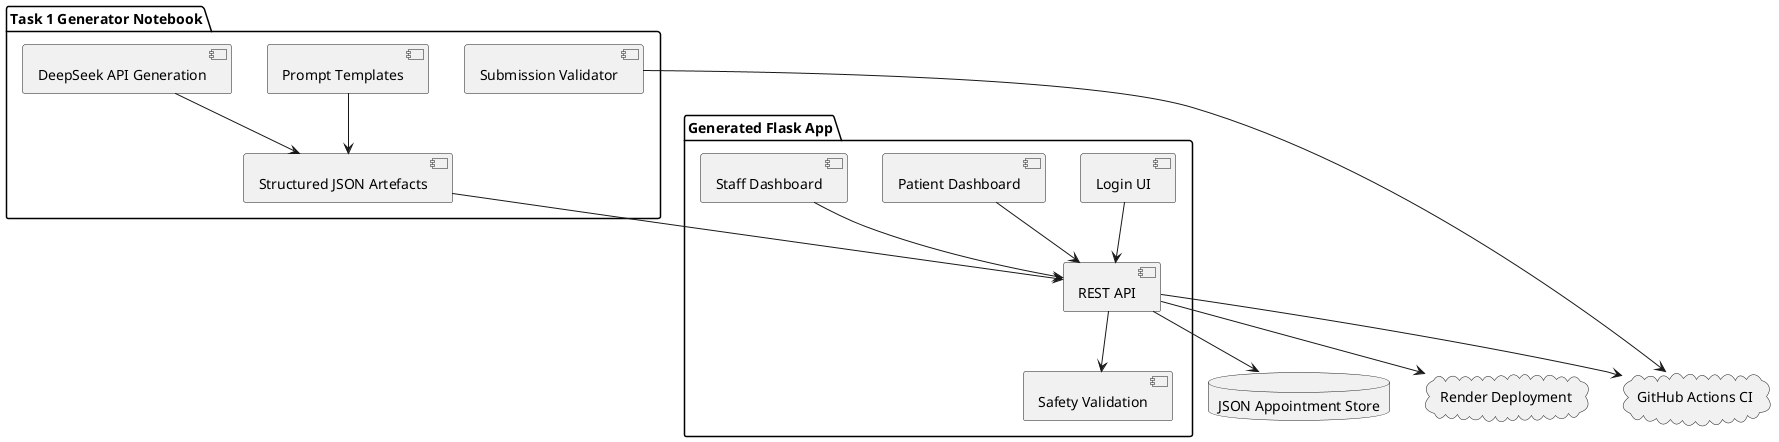
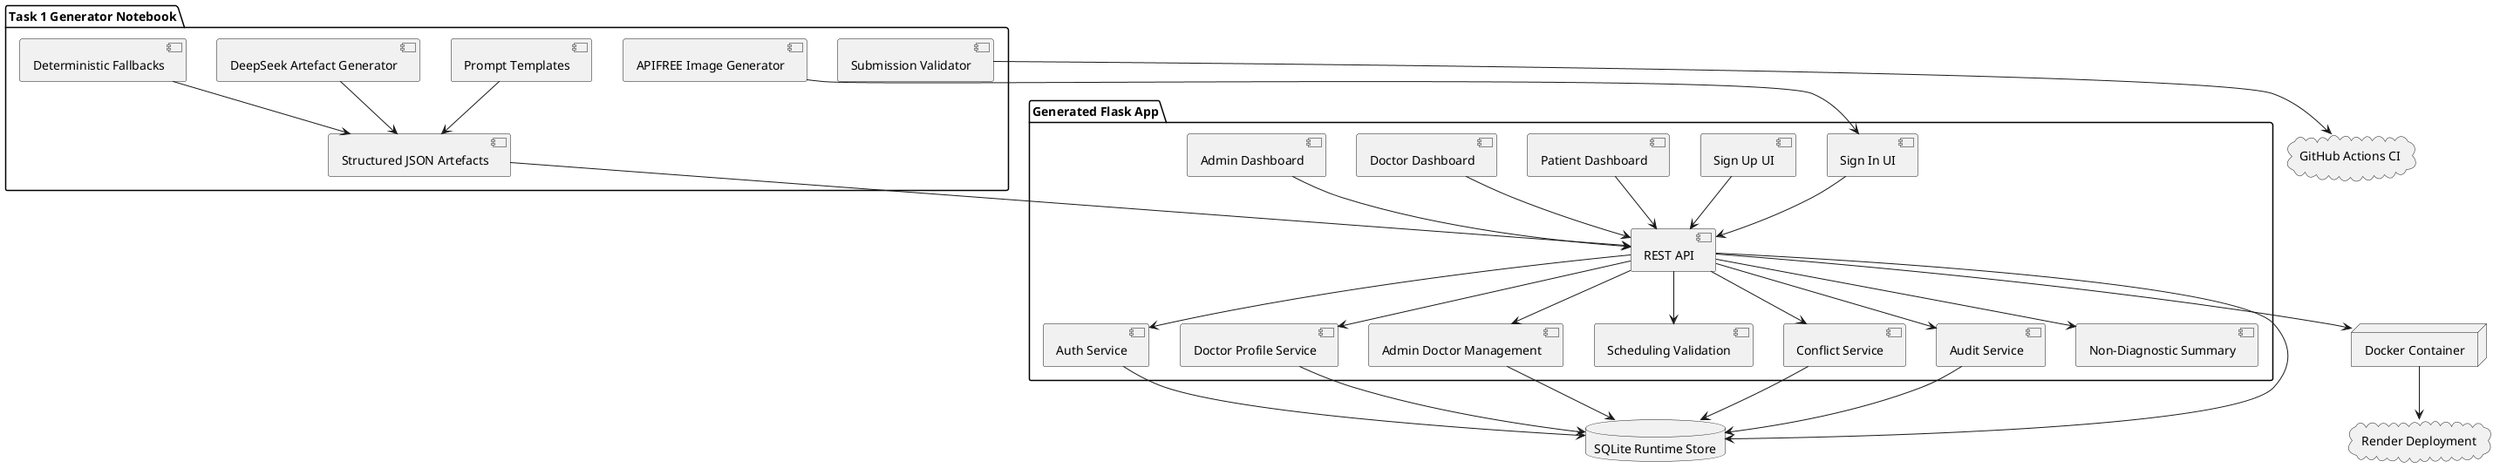
@startuml
package "Task 1 Generator Notebook" {
  [Prompt Templates]
  [Structured JSON Artefacts]
-   [DeepSeek API Generation]
+   [DeepSeek Artefact Generator]
+   [APIFREE Image Generator]
+   [Deterministic Fallbacks]
  [Submission Validator]
}
package "Generated Flask App" {
-   [Login UI]
+   [Sign In UI]
+   [Sign Up UI]
  [Patient Dashboard]
-   [Staff Dashboard]
+   [Doctor Dashboard]
+   [Admin Dashboard]
  [REST API]
-   [Safety Validation]
+   [Auth Service]
+   [Doctor Profile Service]
+   [Admin Doctor Management]
+   [Scheduling Validation]
+   [Conflict Service]
+   [Audit Service]
+   [Non-Diagnostic Summary]
}
- database "JSON Appointment Store" as Store
+ database "SQLite Runtime Store" as Store
cloud "GitHub Actions CI" as CI
+ node "Docker Container" as Docker
cloud "Render Deployment" as Render

[Prompt Templates] --> [Structured JSON Artefacts]
- [DeepSeek API Generation] --> [Structured JSON Artefacts]
+ [DeepSeek Artefact Generator] --> [Structured JSON Artefacts]
+ [APIFREE Image Generator] --> [Sign In UI]
+ [Deterministic Fallbacks] --> [Structured JSON Artefacts]
+ [Structured JSON Artefacts] --> [REST API]
+ [Sign In UI] --> [REST API]
+ [Sign Up UI] --> [REST API]
+ [Patient Dashboard] --> [REST API]
+ [Doctor Dashboard] --> [REST API]
+ [Admin Dashboard] --> [REST API]
+ [REST API] --> [Auth Service]
+ [REST API] --> [Doctor Profile Service]
+ [REST API] --> [Admin Doctor Management]
+ [REST API] --> [Scheduling Validation]
+ [REST API] --> [Conflict Service]
+ [REST API] --> [Audit Service]
+ [REST API] --> [Non-Diagnostic Summary]
+ [Auth Service] --> Store
+ [Doctor Profile Service] --> Store
+ [Admin Doctor Management] --> Store
+ [Conflict Service] --> Store
+ [Audit Service] --> Store
+ [REST API] --> Store
[Submission Validator] --> CI
- [Structured JSON Artefacts] --> [REST API]
- [Login UI] --> [REST API]
- [Patient Dashboard] --> [REST API]
- [Staff Dashboard] --> [REST API]
- [REST API] --> Store
- [REST API] --> [Safety Validation]
- [REST API] --> CI
- [REST API] --> Render
+ [REST API] --> Docker
+ Docker --> Render
@enduml
